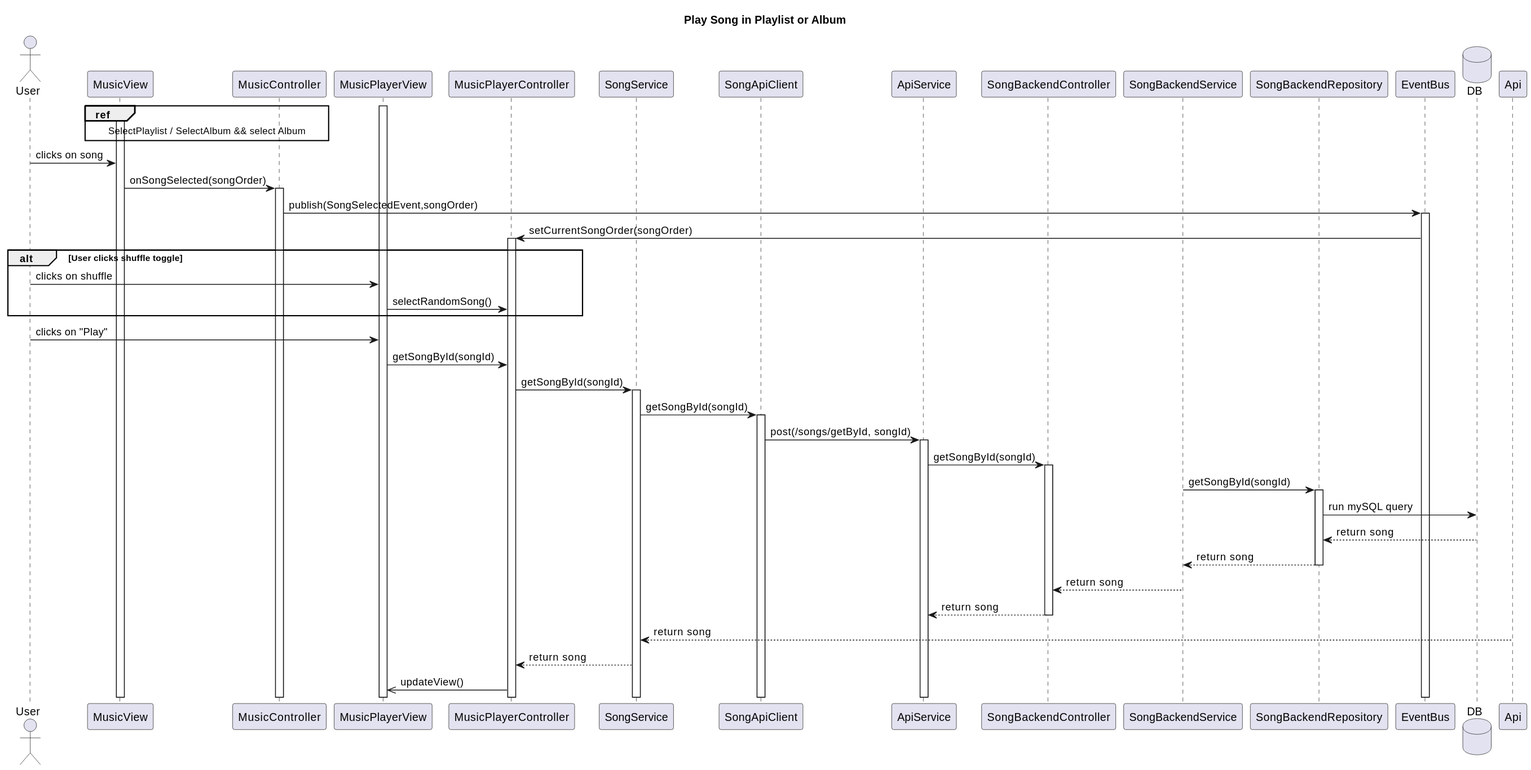
RubenKingCP/Tunix keeps this PlantUML diagram as Paradoteo_4/SequenceDiagrams-v0.3/PlaySongInPlaylistOrAlbum.svg. Above is the earlier version. Its diagram source:
```plantuml
@startuml
title Play Song in Playlist or Album

actor User

participant MusicView
participant MusicController
participant MusicPlayerView
participant MusicPlayerController
participant SongService
participant SongApiClient
participant ApiService
participant SongBackendController
participant SongBackendService
participant SongBackendRepository

participant EventBus

database DB

activate MusicPlayerView
ref over MusicView, MusicController
SelectPlaylist / SelectAlbum && select Album
end ref
activate MusicView
User -> MusicView : clicks on song
MusicView -> MusicController : onSongSelected(songOrder)
activate MusicController
MusicController -> EventBus : publish(SongSelectedEvent,songOrder)
activate EventBus
EventBus -> MusicPlayerController : setCurrentSongOrder(songOrder)
activate MusicPlayerController
alt User clicks shuffle toggle
    User -> MusicPlayerView : clicks on shuffle
    MusicPlayerView -> MusicPlayerController : selectRandomSong()
end
User -> MusicPlayerView : clicks on "Play"
MusicPlayerView -> MusicPlayerController : getSongById(songId)
MusicPlayerController -> SongService : getSongById(songId)
activate SongService
SongService -> SongApiClient : getSongById(songId)
activate SongApiClient
SongApiClient -> ApiService : post(/songs/getById, songId)
activate ApiService
ApiService -> SongBackendController : getSongById(songId)
activate SongBackendController
SongBackendService -> SongBackendRepository : getSongById(songId)
activate SongBackendRepository
SongBackendRepository -> DB : run mySQL query
DB --> SongBackendRepository : return song
SongBackendRepository --> SongBackendService : return song
deactivate SongBackendRepository
SongBackendService --> SongBackendController : return song
deactivate SongBackendService
SongBackendController --> ApiService : return song
deactivate SongBackendController
Api --> SongService : return song
SongService --> MusicPlayerController : return song
MusicPlayerController ->> MusicPlayerView : updateView()
@enduml
```
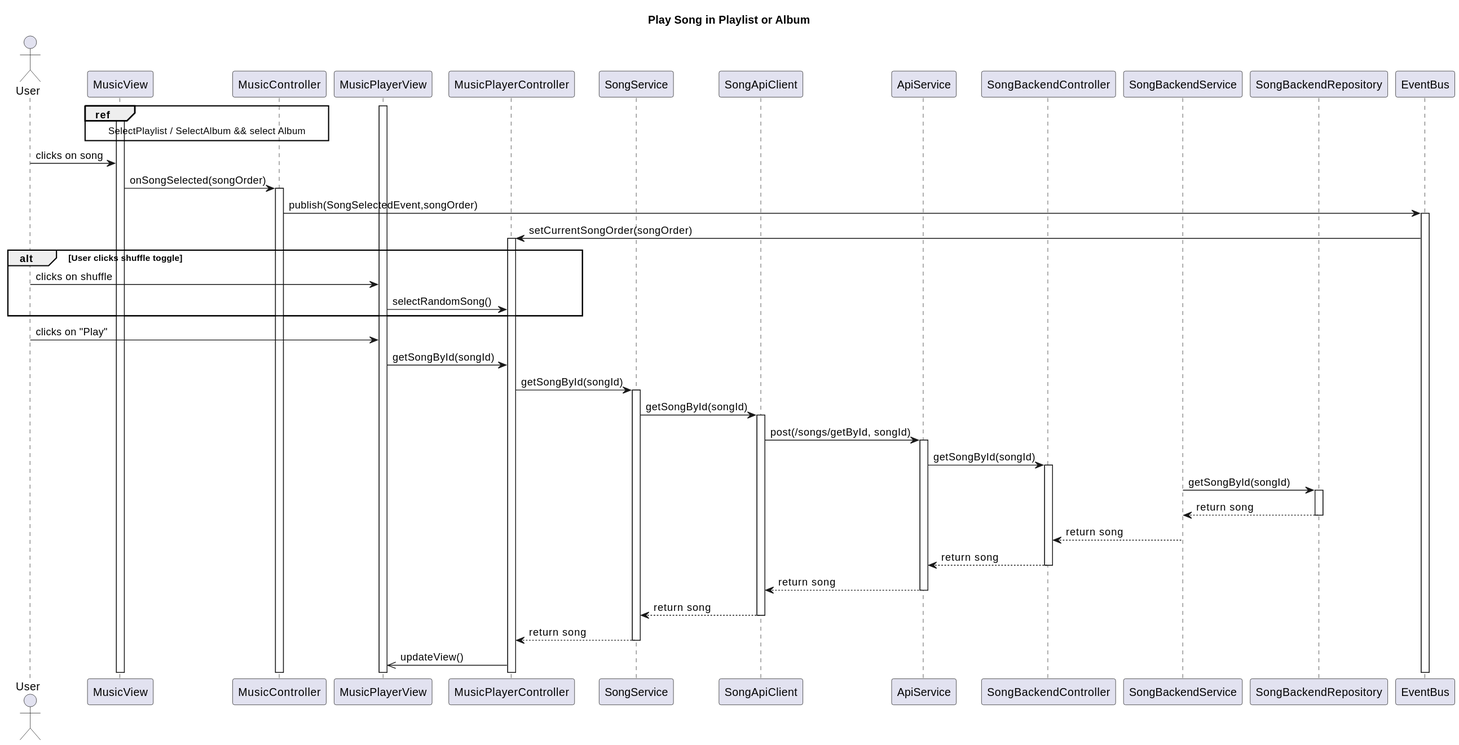
Above is the later version.

Diff of the diagram source:
```diff
@@ -16,7 +16,6 @@
 
 participant EventBus
 
-database DB
 
 activate MusicPlayerView
 ref over MusicView, MusicController
@@ -46,15 +45,17 @@
 activate SongBackendController
 SongBackendService -> SongBackendRepository : getSongById(songId)
 activate SongBackendRepository
-SongBackendRepository -> DB : run mySQL query
-DB --> SongBackendRepository : return song
 SongBackendRepository --> SongBackendService : return song
 deactivate SongBackendRepository
 SongBackendService --> SongBackendController : return song
 deactivate SongBackendService
 SongBackendController --> ApiService : return song
 deactivate SongBackendController
-Api --> SongService : return song
+ApiService --> SongApiClient : return song
+deactivate ApiService
+SongApiClient --> SongService : return song
+deactivate SongApiClient
 SongService --> MusicPlayerController : return song
+deactivate SongService
 MusicPlayerController ->> MusicPlayerView : updateView()
 @enduml
```
